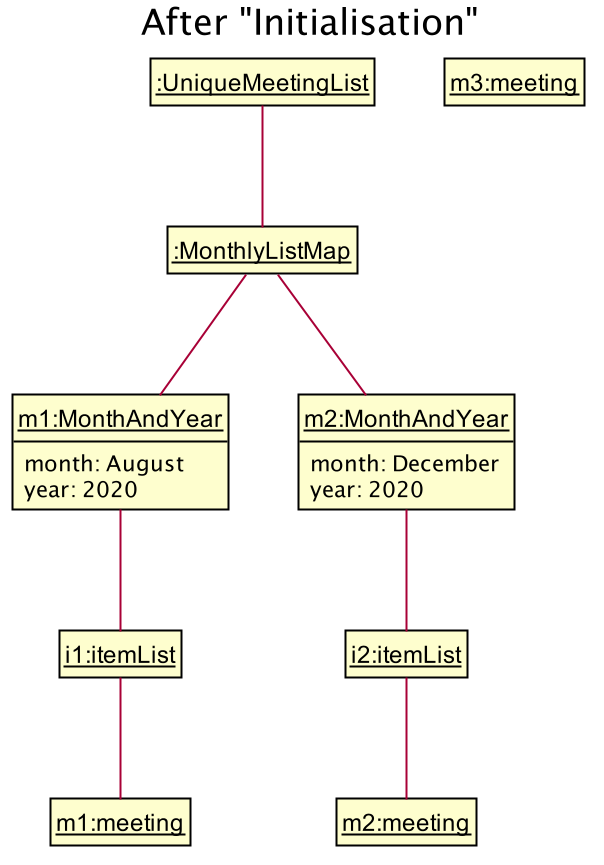
Before: docs/images/MeetingStatsObjectDiagram1.png, a diagram exported from PlantUML (sebastiantoh/tp). The source it was exported from:
```plantuml
@startuml








skinparam BackgroundColor #FFFFFFF

skinparam Shadowing false

skinparam Class {
    FontColor #FFFFFF
    BorderThickness 1
    BorderColor #FFFFFF
    StereotypeFontColor #FFFFFF
    FontName Arial
}

skinparam Actor {
    BorderColor #000000
    Color #000000
    FontName Arial
}

skinparam Sequence {
    MessageAlign center
    BoxFontSize 15
    BoxPadding 0
    BoxFontColor #FFFFFF
    FontName Arial
}

skinparam Participant {
    FontColor #FFFFFFF
    Padding 20
}


skinparam ClassAttributeFontColor white
skinparam MinClassWidth 50
skinparam ParticipantPadding 10
skinparam Shadowing false
skinparam DefaultTextAlignment center
skinparam packageStyle Rectangle

hide footbox
hide members
hide circle
skinparam ClassFontColor #000000
skinparam ClassBorderColor #000000
skinparam ClassAttributeFontColor #000000

show members
hide empty members

title After "Initialisation"

    class "<u>m1:MonthAndYear" {
        month: August
        year: 2020
    }

    class "<u>m2:MonthAndYear" {
        month: December
        year: 2020
    }

    class "<u>m1:meeting" {

    }

    class "<u>m2:meeting" {

    }

    class "<u>m3:meeting" {

    }

    "__:UniqueMeetingList__" -- "__:MonthlyListMap__"
    "__:MonthlyListMap__" -- "<u>m1:MonthAndYear"
    "__:MonthlyListMap__" -- "<u>m2:MonthAndYear"

    "<u>m1:MonthAndYear" -- "__i1:itemList__"
    "__i1:itemList__" -- "<u>m1:meeting"

    "<u>m2:MonthAndYear" -- "__i2:itemList__"
    "__i2:itemList__" -- "<u>m2:meeting"

@enduml
```
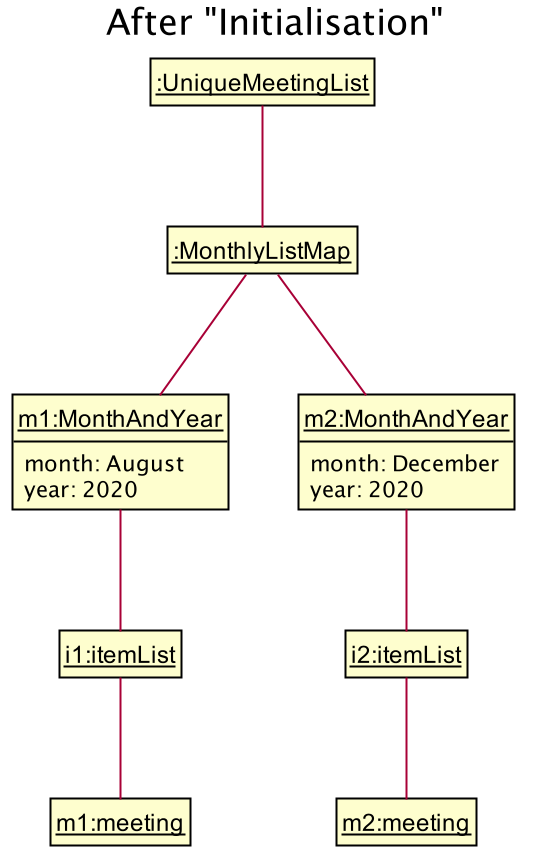
The same file after the commit.

What changed in the source:
```diff
@@ -76,10 +76,6 @@
 
     }
 
-    class "<u>m3:meeting" {
-
-    }
-
     "__:UniqueMeetingList__" -- "__:MonthlyListMap__"
     "__:MonthlyListMap__" -- "<u>m1:MonthAndYear"
     "__:MonthlyListMap__" -- "<u>m2:MonthAndYear"
```
